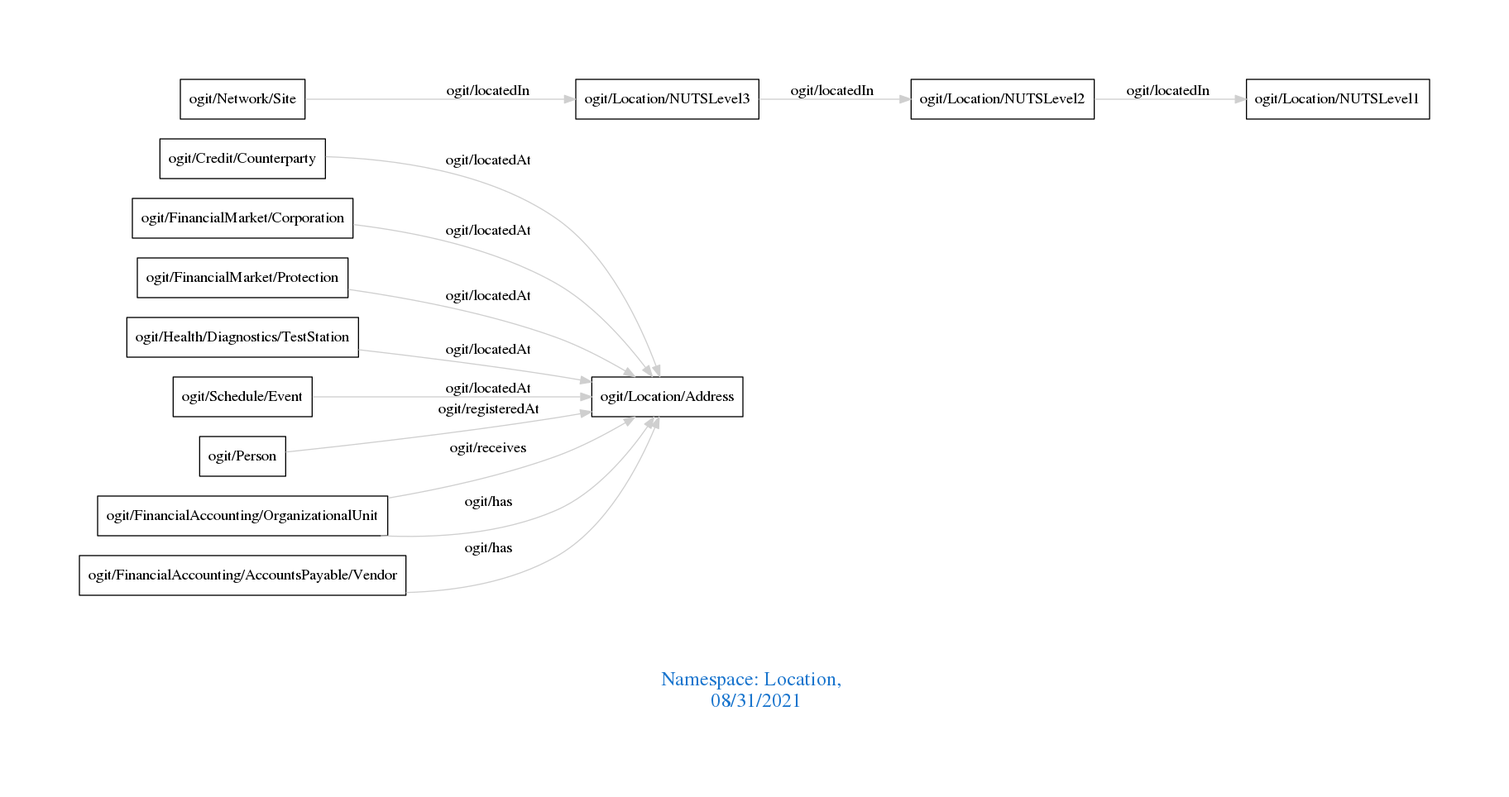
This is downloads/Location.png from arago/OGIT, a Graphviz export, as it was before one commit. Its source is kept beside it as downloads/Location.dot.
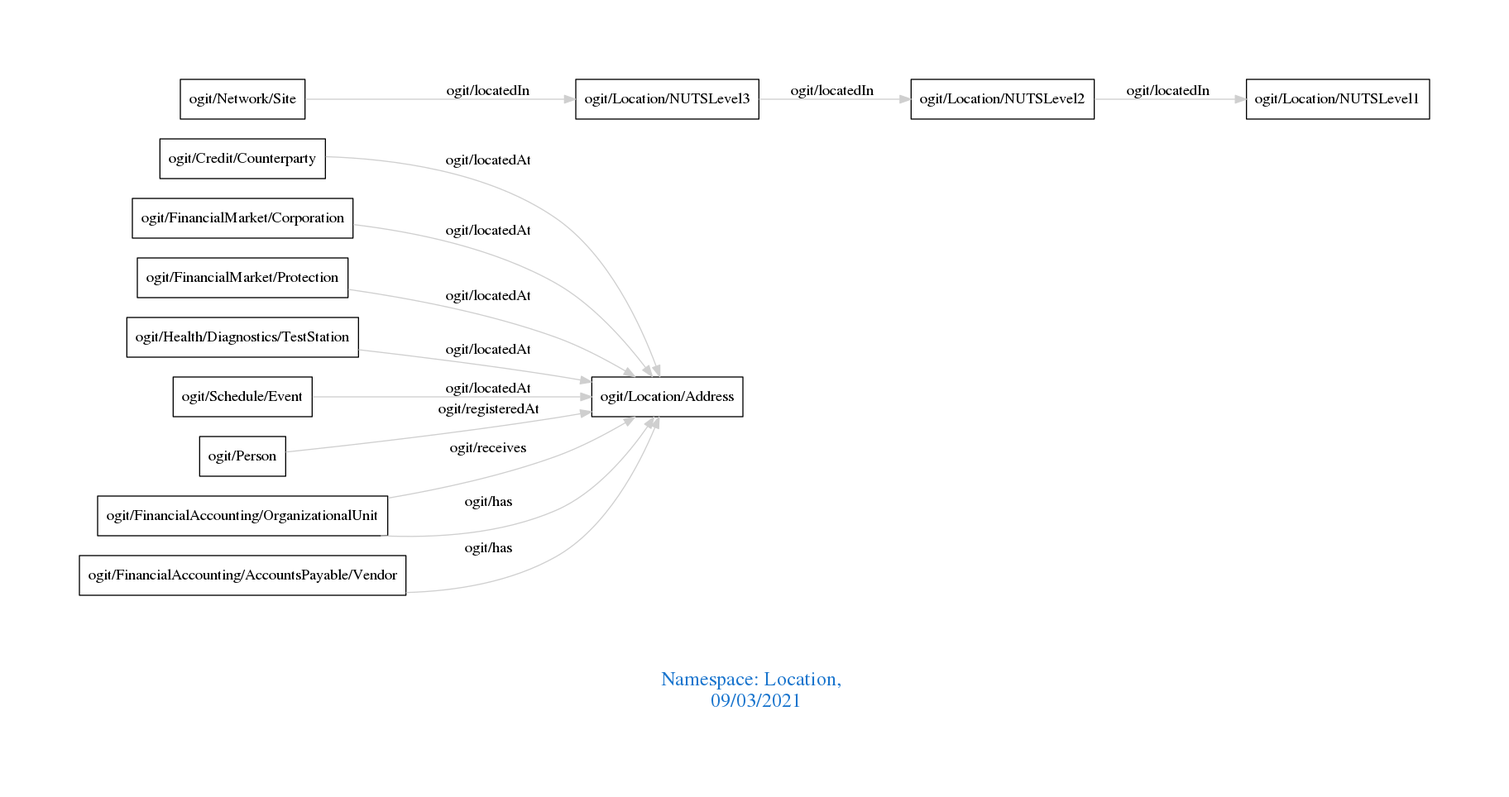
The same diagram one commit later.

What changed in the source:
```diff
@@ -1,7 +1,7 @@
 digraph OGIT_ontology {
  graph [ rankdir= LR,pad=1
 fontsize = 18,
-fontcolor= dodgerblue3,label = "\n\n\nNamespace: Location, \n 08/31/2021"];
+fontcolor= dodgerblue3,label = "\n\n\nNamespace: Location, \n 09/03/2021"];
 node[shape=polygon];
 edge [  color="gray81"];
 
```
